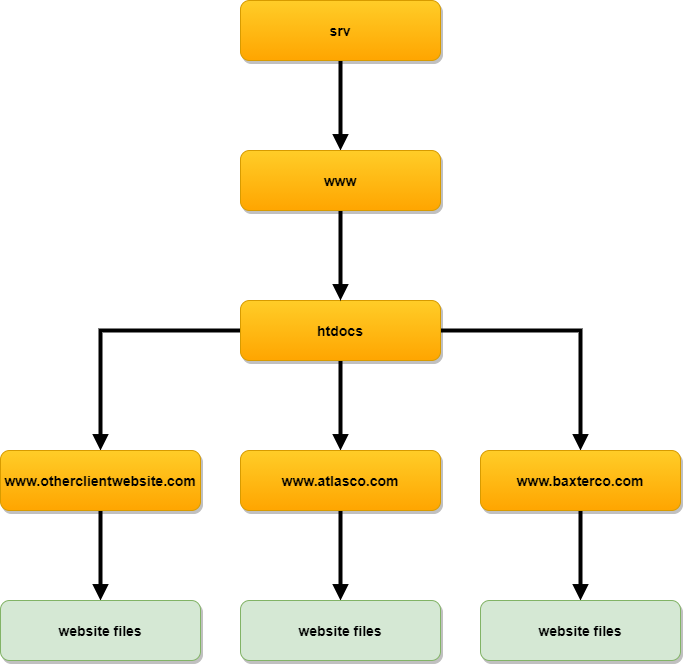
The draw.io diagram Managing a Web Server/Assessment 5/hierarchical_diagram.png in cogilv25/HND-CS, before a commit. Source tidied: cells renumbered, new cells last; positions are measured from the earlier drawing's top-left corner, leaving out a move shared by most shapes.
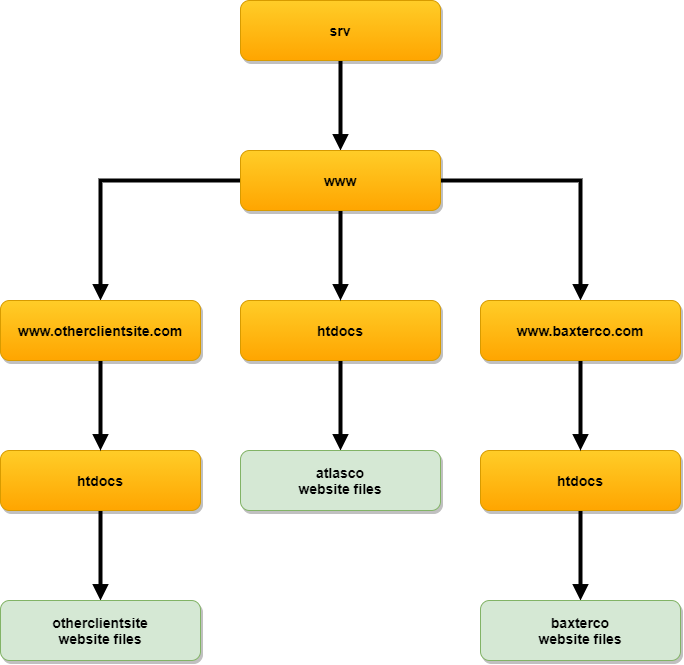
After the commit.

Diff of the diagram source:
```diff
@@ -8,50 +8,58 @@
     <mxCell id="3" value="srv" style="rounded=1;fillColor=#ffcd28;strokeColor=#d79b00;shadow=1;fontStyle=1;fontSize=14;gradientColor=#ffa500;" parent="1" vertex="1">
       <mxGeometry x="240" width="200" height="60" as="geometry" />
     </mxCell>
-    <mxCell id="4" style="edgeStyle=orthogonalEdgeStyle;rounded=0;jettySize=auto;html=1;entryX=0.5;entryY=0;entryDx=0;entryDy=0;strokeWidth=4;endArrow=block;endFill=1;" parent="1" edge="1" source="7" target="9">
-      <mxGeometry relative="1" as="geometry" />
-    </mxCell>
-    <mxCell id="5" style="edgeStyle=orthogonalEdgeStyle;rounded=0;jettySize=auto;html=1;strokeWidth=4;endArrow=block;endFill=1;" parent="1" edge="1" source="7" target="11">
-      <mxGeometry relative="1" as="geometry" />
-    </mxCell>
-    <mxCell id="6" style="edgeStyle=orthogonalEdgeStyle;rounded=0;jettySize=auto;html=1;strokeWidth=4;endArrow=block;endFill=1;" parent="1" edge="1" source="7" target="15">
-      <mxGeometry relative="1" as="geometry" />
-    </mxCell>
-    <mxCell id="7" value="htdocs" style="rounded=1;fillColor=#ffcd28;strokeColor=#d79b00;shadow=1;fontStyle=1;fontSize=14;gradientColor=#ffa500;" parent="1" vertex="1">
-      <mxGeometry x="240" y="300" width="200" height="60" as="geometry" />
-    </mxCell>
     <mxCell id="8" style="edgeStyle=orthogonalEdgeStyle;rounded=0;jettySize=auto;html=1;entryX=0.5;entryY=0;entryDx=0;entryDy=0;strokeWidth=4;endArrow=block;endFill=1;" parent="1" edge="1" source="9" target="17">
       <mxGeometry relative="1" as="geometry" />
     </mxCell>
-    <mxCell id="9" value="www.atlasco.com" style="rounded=1;fillColor=#ffcd28;strokeColor=#d79b00;shadow=1;fontStyle=1;fontSize=14;gradientColor=#ffa500;" parent="1" vertex="1">
-      <mxGeometry x="240" y="450" width="200" height="60" as="geometry" />
+    <mxCell id="9" value="htdocs" style="rounded=1;fillColor=#ffcd28;strokeColor=#d79b00;shadow=1;fontStyle=1;fontSize=14;gradientColor=#ffa500;" parent="1" vertex="1">
+      <mxGeometry x="240" y="300" width="200" height="60" as="geometry" />
     </mxCell>
     <mxCell id="10" style="edgeStyle=orthogonalEdgeStyle;rounded=0;jettySize=auto;html=1;strokeWidth=4;endArrow=block;endFill=1;" parent="1" edge="1" source="11" target="16">
       <mxGeometry relative="1" as="geometry" />
     </mxCell>
-    <mxCell id="11" value="www.baxterco.com" style="rounded=1;fillColor=#ffcd28;strokeColor=#d79b00;shadow=1;fontStyle=1;fontSize=14;gradientColor=#ffa500;" parent="1" vertex="1">
+    <mxCell id="11" value="htdocs" style="rounded=1;fillColor=#ffcd28;strokeColor=#d79b00;shadow=1;fontStyle=1;fontSize=14;gradientColor=#ffa500;" parent="1" vertex="1">
       <mxGeometry x="480" y="450" width="200" height="60" as="geometry" />
     </mxCell>
-    <mxCell id="12" style="edgeStyle=orthogonalEdgeStyle;rounded=0;jettySize=auto;html=1;entryX=0.5;entryY=0;entryDx=0;entryDy=0;strokeWidth=4;endArrow=block;endFill=1;" parent="1" edge="1" source="13" target="7">
-      <mxGeometry relative="1" as="geometry" />
+    <mxCell id="12" style="edgeStyle=orthogonalEdgeStyle;rounded=0;jettySize=auto;html=1;entryX=0.5;entryY=0;entryDx=0;entryDy=0;strokeWidth=4;endArrow=block;endFill=1;" parent="1" edge="1" source="13">
+      <mxGeometry relative="1" as="geometry">
+        <mxPoint x="340" y="300" as="targetPoint" />
+      </mxGeometry>
     </mxCell>
+    <mxCell id="19" style="edgeStyle=orthogonalEdgeStyle;rounded=0;jettySize=auto;html=1;entryX=0.5;entryY=0;entryDx=0;entryDy=0;strokeWidth=4;endArrow=block;endFill=1;" parent="1" edge="1" source="13" target="24">
+      <mxGeometry relative="1" as="geometry" />
+    </mxCell>
+    <mxCell id="20" style="edgeStyle=orthogonalEdgeStyle;rounded=0;jettySize=auto;html=1;entryX=0.5;entryY=0;entryDx=0;entryDy=0;strokeWidth=4;endArrow=block;endFill=1;" parent="1" edge="1" source="13" target="22">
+      <mxGeometry relative="1" as="geometry" />
+    </mxCell>
     <mxCell id="13" value="www" style="whiteSpace=wrap;html=1;rounded=1;shadow=1;fontSize=14;fontStyle=1;strokeColor=#d79b00;fillColor=#ffcd28;gradientColor=#ffa500;" parent="1" vertex="1">
       <mxGeometry x="240" y="150" width="200" height="60" as="geometry" />
     </mxCell>
     <mxCell id="14" style="edgeStyle=orthogonalEdgeStyle;rounded=0;jettySize=auto;html=1;entryX=0.5;entryY=0;entryDx=0;entryDy=0;strokeWidth=4;endArrow=block;endFill=1;" parent="1" edge="1" source="15" target="18">
       <mxGeometry relative="1" as="geometry" />
     </mxCell>
-    <mxCell id="15" value="www.otherclientwebsite.com" style="whiteSpace=wrap;html=1;rounded=1;shadow=1;fontSize=14;fontStyle=1;strokeColor=#d79b00;fillColor=#ffcd28;gradientColor=#ffa500;" parent="1" vertex="1">
+    <mxCell id="15" value="htdocs" style="whiteSpace=wrap;html=1;rounded=1;shadow=1;fontSize=14;fontStyle=1;strokeColor=#d79b00;fillColor=#ffcd28;gradientColor=#ffa500;" parent="1" vertex="1">
       <mxGeometry y="450" width="200" height="60" as="geometry" />
     </mxCell>
-    <mxCell id="16" value="website files" style="whiteSpace=wrap;html=1;rounded=1;shadow=1;fontSize=14;fontStyle=1;strokeColor=#82b366;fillColor=#d5e8d4;" parent="1" vertex="1">
+    <mxCell id="16" value="baxterco&lt;br&gt;website files" style="whiteSpace=wrap;html=1;rounded=1;shadow=1;fontSize=14;fontStyle=1;strokeColor=#82b366;fillColor=#d5e8d4;" parent="1" vertex="1">
       <mxGeometry x="480" y="600" width="200" height="60" as="geometry" />
     </mxCell>
-    <mxCell id="17" value="website files" style="whiteSpace=wrap;html=1;rounded=1;shadow=1;fontSize=14;fontStyle=1;strokeColor=#82b366;fillColor=#d5e8d4;" parent="1" vertex="1">
-      <mxGeometry x="240" y="600" width="200" height="60" as="geometry" />
+    <mxCell id="17" value="atlasco&lt;br&gt;website files" style="whiteSpace=wrap;html=1;rounded=1;shadow=1;fontSize=14;fontStyle=1;strokeColor=#82b366;fillColor=#d5e8d4;" parent="1" vertex="1">
+      <mxGeometry x="240" y="450" width="200" height="60" as="geometry" />
     </mxCell>
-    <mxCell id="18" value="website files" style="whiteSpace=wrap;html=1;rounded=1;shadow=1;fontSize=14;fontStyle=1;strokeColor=#82b366;fillColor=#d5e8d4;" parent="1" vertex="1">
+    <mxCell id="18" value="otherclientsite&lt;br&gt;website files" style="whiteSpace=wrap;html=1;rounded=1;shadow=1;fontSize=14;fontStyle=1;strokeColor=#82b366;fillColor=#d5e8d4;" parent="1" vertex="1">
       <mxGeometry y="600" width="200" height="60" as="geometry" />
     </mxCell>
+    <mxCell id="21" style="edgeStyle=orthogonalEdgeStyle;rounded=0;jettySize=auto;html=1;entryX=0.5;entryY=0;entryDx=0;entryDy=0;strokeWidth=4;endArrow=block;endFill=1;" parent="1" edge="1" source="22" target="15">
+      <mxGeometry relative="1" as="geometry" />
+    </mxCell>
+    <mxCell id="22" value="www.otherclientsite.com" style="whiteSpace=wrap;html=1;rounded=1;shadow=1;fontSize=14;fontStyle=1;strokeColor=#d79b00;fillColor=#ffcd28;gradientColor=#ffa500;" parent="1" vertex="1">
+      <mxGeometry y="300" width="200" height="60" as="geometry" />
+    </mxCell>
+    <mxCell id="23" style="edgeStyle=orthogonalEdgeStyle;rounded=0;jettySize=auto;html=1;entryX=0.5;entryY=0;entryDx=0;entryDy=0;strokeWidth=4;endArrow=block;endFill=1;" parent="1" edge="1" source="24" target="11">
+      <mxGeometry relative="1" as="geometry" />
+    </mxCell>
+    <mxCell id="24" value="www.baxterco.com" style="whiteSpace=wrap;html=1;rounded=1;shadow=1;fontSize=14;fontStyle=1;strokeColor=#d79b00;fillColor=#ffcd28;gradientColor=#ffa500;" parent="1" vertex="1">
+      <mxGeometry x="480" y="300" width="200" height="60" as="geometry" />
+    </mxCell>
   </root>
 </mxGraphModel>
```
